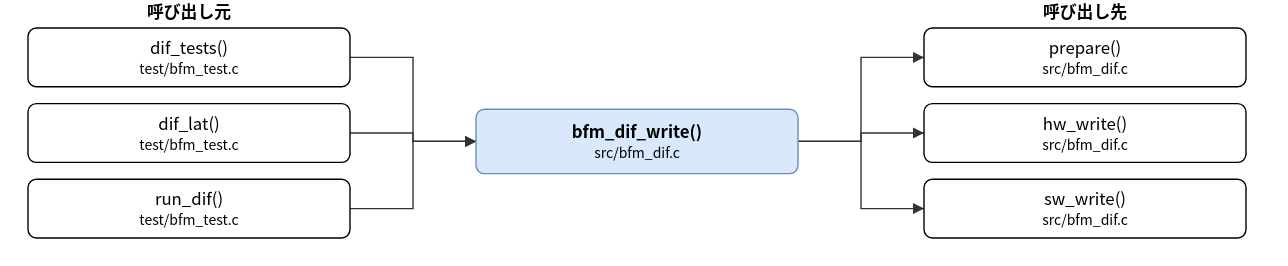
hf355051012-ai/bfmem keeps this draw.io diagram as doc/spec/images/call_src_bfm_dif-bfm_dif_write.drawio.svg. Above is the earlier version. Source tidied: cells renumbered, new cells last; positions are measured from the earlier drawing's top-left corner, leaving out a move shared by most shapes.
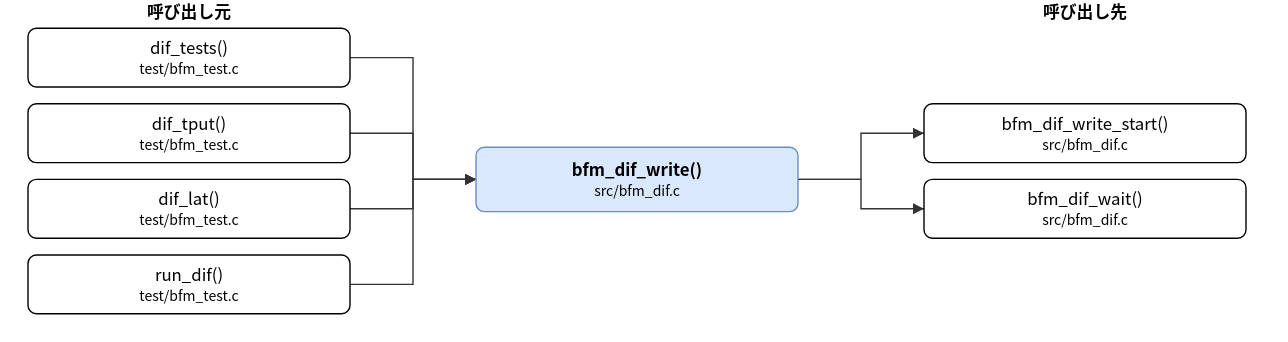
Above is the later version.

Change to the diagram source:
```diff
@@ -3,31 +3,31 @@
     <mxCell id="0" />
     <mxCell id="1" parent="0" />
     <mxCell id="2" value="bfm_dif_write()&lt;br&gt;&lt;font style=&quot;font-size:10px&quot;&gt;src/bfm_dif.c&lt;/font&gt;" style="rounded=1;whiteSpace=wrap;html=1;fillColor=#dae8fc;strokeColor=#6c8ebf;fontStyle=1;" parent="1" vertex="1">
-      <mxGeometry x="320" y="78" width="230" height="46" as="geometry" />
+      <mxGeometry x="320" y="105" width="230" height="46" as="geometry" />
     </mxCell>
     <mxCell id="3" value="dif_tests()&lt;br&gt;&lt;font style=&quot;font-size:10px&quot;&gt;test/bfm_test.c&lt;/font&gt;" style="rounded=1;whiteSpace=wrap;html=1;" parent="1" vertex="1">
       <mxGeometry y="20" width="230" height="42" as="geometry" />
     </mxCell>
-    <mxCell id="4" value="dif_lat()&lt;br&gt;&lt;font style=&quot;font-size:10px&quot;&gt;test/bfm_test.c&lt;/font&gt;" style="rounded=1;whiteSpace=wrap;html=1;" parent="1" vertex="1">
+    <mxCell id="4" value="dif_tput()&lt;br&gt;&lt;font style=&quot;font-size:10px&quot;&gt;test/bfm_test.c&lt;/font&gt;" style="rounded=1;whiteSpace=wrap;html=1;" parent="1" vertex="1">
       <mxGeometry y="74" width="230" height="42" as="geometry" />
     </mxCell>
-    <mxCell id="5" value="run_dif()&lt;br&gt;&lt;font style=&quot;font-size:10px&quot;&gt;test/bfm_test.c&lt;/font&gt;" style="rounded=1;whiteSpace=wrap;html=1;" parent="1" vertex="1">
+    <mxCell id="5" value="dif_lat()&lt;br&gt;&lt;font style=&quot;font-size:10px&quot;&gt;test/bfm_test.c&lt;/font&gt;" style="rounded=1;whiteSpace=wrap;html=1;" parent="1" vertex="1">
       <mxGeometry y="128" width="230" height="42" as="geometry" />
     </mxCell>
+    <mxCell id="17" value="run_dif()&lt;br&gt;&lt;font style=&quot;font-size:10px&quot;&gt;test/bfm_test.c&lt;/font&gt;" style="rounded=1;whiteSpace=wrap;html=1;" parent="1" vertex="1">
+      <mxGeometry y="182" width="230" height="42" as="geometry" />
+    </mxCell>
-    <mxCell id="6" value="prepare()&lt;br&gt;&lt;font style=&quot;font-size:10px&quot;&gt;src/bfm_dif.c&lt;/font&gt;" style="rounded=1;whiteSpace=wrap;html=1;" parent="1" vertex="1">
-      <mxGeometry x="640" y="20" width="230" height="42" as="geometry" />
+    <mxCell id="6" value="bfm_dif_write_start()&lt;br&gt;&lt;font style=&quot;font-size:10px&quot;&gt;src/bfm_dif.c&lt;/font&gt;" style="rounded=1;whiteSpace=wrap;html=1;" parent="1" vertex="1">
+      <mxGeometry x="640" y="74" width="230" height="42" as="geometry" />
     </mxCell>
-    <mxCell id="7" value="hw_write()&lt;br&gt;&lt;font style=&quot;font-size:10px&quot;&gt;src/bfm_dif.c&lt;/font&gt;" style="rounded=1;whiteSpace=wrap;html=1;" parent="1" vertex="1">
-      <mxGeometry x="640" y="74" width="230" height="42" as="geometry" />
+    <mxCell id="7" value="bfm_dif_wait()&lt;br&gt;&lt;font style=&quot;font-size:10px&quot;&gt;src/bfm_dif.c&lt;/font&gt;" style="rounded=1;whiteSpace=wrap;html=1;" parent="1" vertex="1">
+      <mxGeometry x="640" y="128" width="230" height="42" as="geometry" />
     </mxCell>
-    <mxCell id="8" value="sw_write()&lt;br&gt;&lt;font style=&quot;font-size:10px&quot;&gt;src/bfm_dif.c&lt;/font&gt;" style="rounded=1;whiteSpace=wrap;html=1;" parent="1" vertex="1">
-      <mxGeometry x="640" y="128" width="230" height="42" as="geometry" />
-    </mxCell>
     <mxCell id="9" style="edgeStyle=none;html=1;rounded=0;endArrow=block;endFill=1;exitX=1.0000;exitY=0.5000;exitDx=0;exitDy=0;exitPerimeter=0;entryX=0.0000;entryY=0.5000;entryDx=0;entryDy=0;entryPerimeter=0;" parent="1" edge="1" source="3" target="2">
       <mxGeometry relative="1" as="geometry">
         <Array as="points">
           <mxPoint x="275" y="41" />
-          <mxPoint x="275" y="101" />
+          <mxPoint x="275" y="128" />
         </Array>
       </mxGeometry>
     </mxCell>
@@ -35,7 +35,7 @@
       <mxGeometry relative="1" as="geometry">
         <Array as="points">
           <mxPoint x="275" y="95" />
-          <mxPoint x="275" y="101" />
+          <mxPoint x="275" y="128" />
         </Array>
       </mxGeometry>
     </mxCell>
@@ -43,30 +43,30 @@
       <mxGeometry relative="1" as="geometry">
         <Array as="points">
           <mxPoint x="275" y="149" />
-          <mxPoint x="275" y="101" />
+          <mxPoint x="275" y="128" />
         </Array>
       </mxGeometry>
     </mxCell>
-    <mxCell id="12" style="edgeStyle=none;html=1;rounded=0;endArrow=block;endFill=1;exitX=1.0000;exitY=0.5000;exitDx=0;exitDy=0;exitPerimeter=0;entryX=0.0000;entryY=0.5000;entryDx=0;entryDy=0;entryPerimeter=0;" parent="1" edge="1" source="2" target="6">
+    <mxCell id="12" style="edgeStyle=none;html=1;rounded=0;endArrow=block;endFill=1;exitX=1.0000;exitY=0.5000;exitDx=0;exitDy=0;exitPerimeter=0;entryX=0.0000;entryY=0.5000;entryDx=0;entryDy=0;entryPerimeter=0;" parent="1" edge="1" source="17" target="2">
       <mxGeometry relative="1" as="geometry">
         <Array as="points">
-          <mxPoint x="595" y="101" />
-          <mxPoint x="595" y="41" />
+          <mxPoint x="275" y="203" />
+          <mxPoint x="275" y="128" />
         </Array>
       </mxGeometry>
     </mxCell>
-    <mxCell id="13" style="edgeStyle=none;html=1;rounded=0;endArrow=block;endFill=1;exitX=1.0000;exitY=0.5000;exitDx=0;exitDy=0;exitPerimeter=0;entryX=0.0000;entryY=0.5000;entryDx=0;entryDy=0;entryPerimeter=0;" parent="1" edge="1" source="2" target="7">
+    <mxCell id="13" style="edgeStyle=none;html=1;rounded=0;endArrow=block;endFill=1;exitX=1.0000;exitY=0.5000;exitDx=0;exitDy=0;exitPerimeter=0;entryX=0.0000;entryY=0.5000;entryDx=0;entryDy=0;entryPerimeter=0;" parent="1" edge="1" source="2" target="6">
       <mxGeometry relative="1" as="geometry">
         <Array as="points">
-          <mxPoint x="595" y="101" />
+          <mxPoint x="595" y="128" />
           <mxPoint x="595" y="95" />
         </Array>
       </mxGeometry>
     </mxCell>
-    <mxCell id="14" style="edgeStyle=none;html=1;rounded=0;endArrow=block;endFill=1;exitX=1.0000;exitY=0.5000;exitDx=0;exitDy=0;exitPerimeter=0;entryX=0.0000;entryY=0.5000;entryDx=0;entryDy=0;entryPerimeter=0;" parent="1" edge="1" source="2" target="8">
+    <mxCell id="14" style="edgeStyle=none;html=1;rounded=0;endArrow=block;endFill=1;exitX=1.0000;exitY=0.5000;exitDx=0;exitDy=0;exitPerimeter=0;entryX=0.0000;entryY=0.5000;entryDx=0;entryDy=0;entryPerimeter=0;" parent="1" edge="1" source="2" target="7">
       <mxGeometry relative="1" as="geometry">
         <Array as="points">
-          <mxPoint x="595" y="101" />
+          <mxPoint x="595" y="128" />
           <mxPoint x="595" y="149" />
         </Array>
       </mxGeometry>
```
